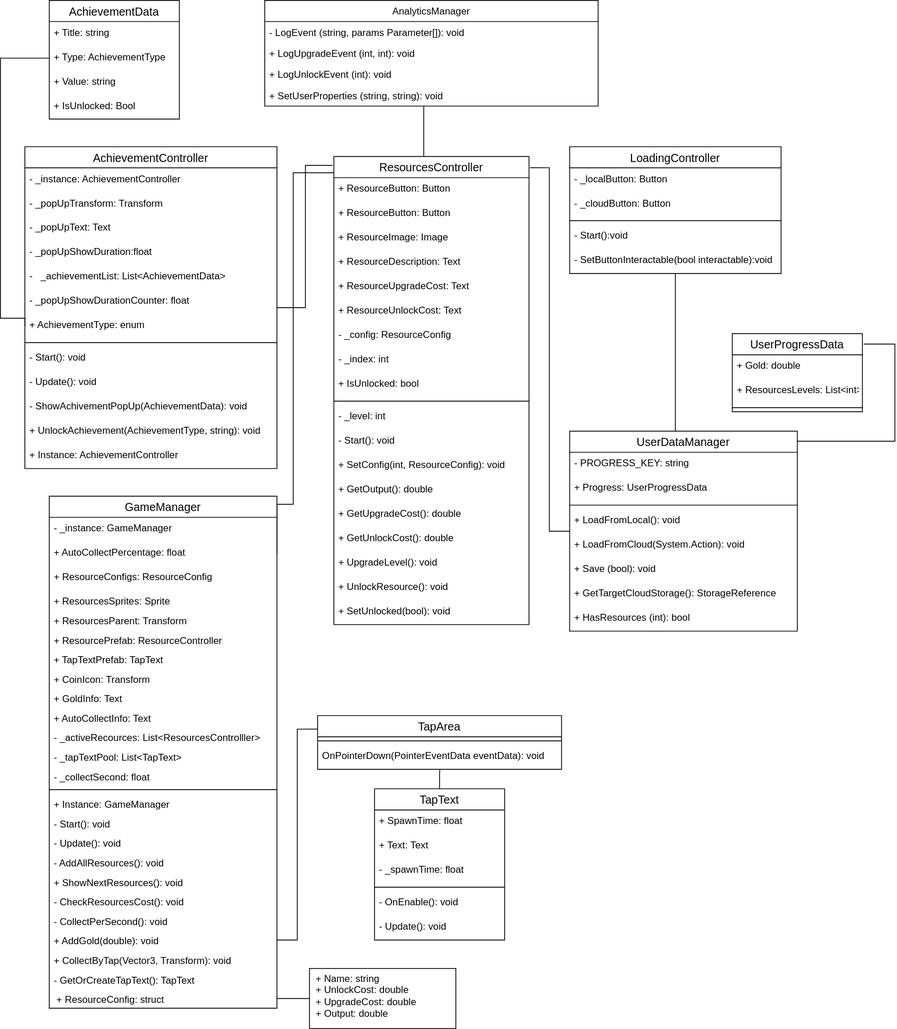
The draw.io diagram Incremental/classdiagram.svg in agistarakha/my-image, before a commit. Source tidied: cells renumbered, new cells last; positions are measured from the earlier drawing's top-left corner, leaving out a move shared by most shapes.
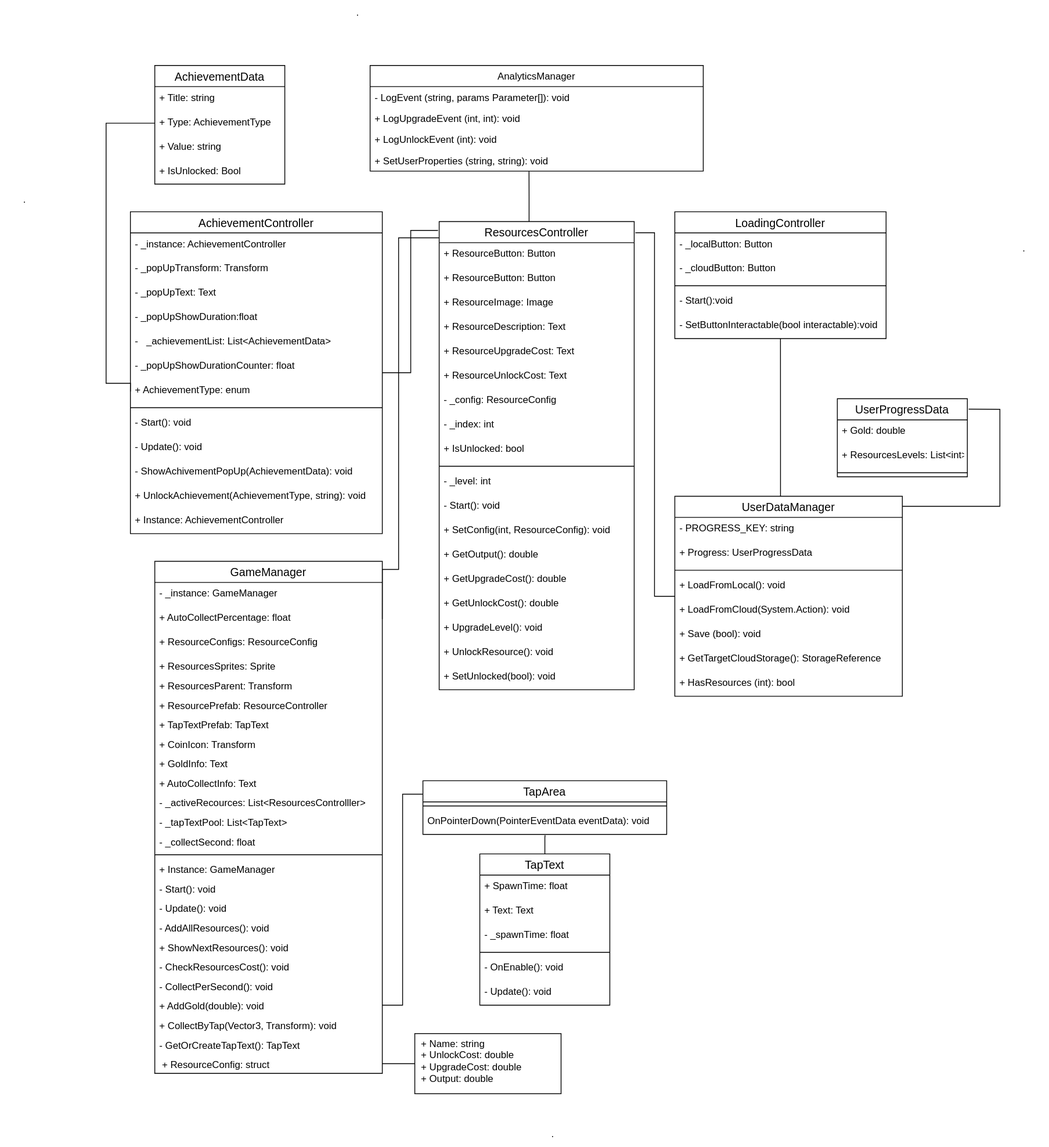
The same diagram one commit later.

Change to the diagram source:
```diff
@@ -358,5 +358,17 @@
         </Array>
       </mxGeometry>
     </mxCell>
+    <mxCell id="112" value="." style="text;html=1;strokeColor=none;fillColor=none;align=center;verticalAlign=middle;whiteSpace=wrap;rounded=0;" parent="1" vertex="1">
+      <mxGeometry x="-130" y="150" width="60" height="30" as="geometry" />
+    </mxCell>
+    <mxCell id="113" value="." style="text;html=1;strokeColor=none;fillColor=none;align=center;verticalAlign=middle;whiteSpace=wrap;rounded=0;" parent="1" vertex="1">
+      <mxGeometry x="280" y="-80" width="60" height="30" as="geometry" />
+    </mxCell>
+    <mxCell id="114" value="." style="text;html=1;strokeColor=none;fillColor=none;align=center;verticalAlign=middle;whiteSpace=wrap;rounded=0;" parent="1" vertex="1">
+      <mxGeometry x="1100" y="210" width="60" height="30" as="geometry" />
+    </mxCell>
+    <mxCell id="115" value="." style="text;html=1;strokeColor=none;fillColor=none;align=center;verticalAlign=middle;whiteSpace=wrap;rounded=0;" parent="1" vertex="1">
+      <mxGeometry x="520" y="1300" width="60" height="30" as="geometry" />
+    </mxCell>
   </root>
 </mxGraphModel>
```
